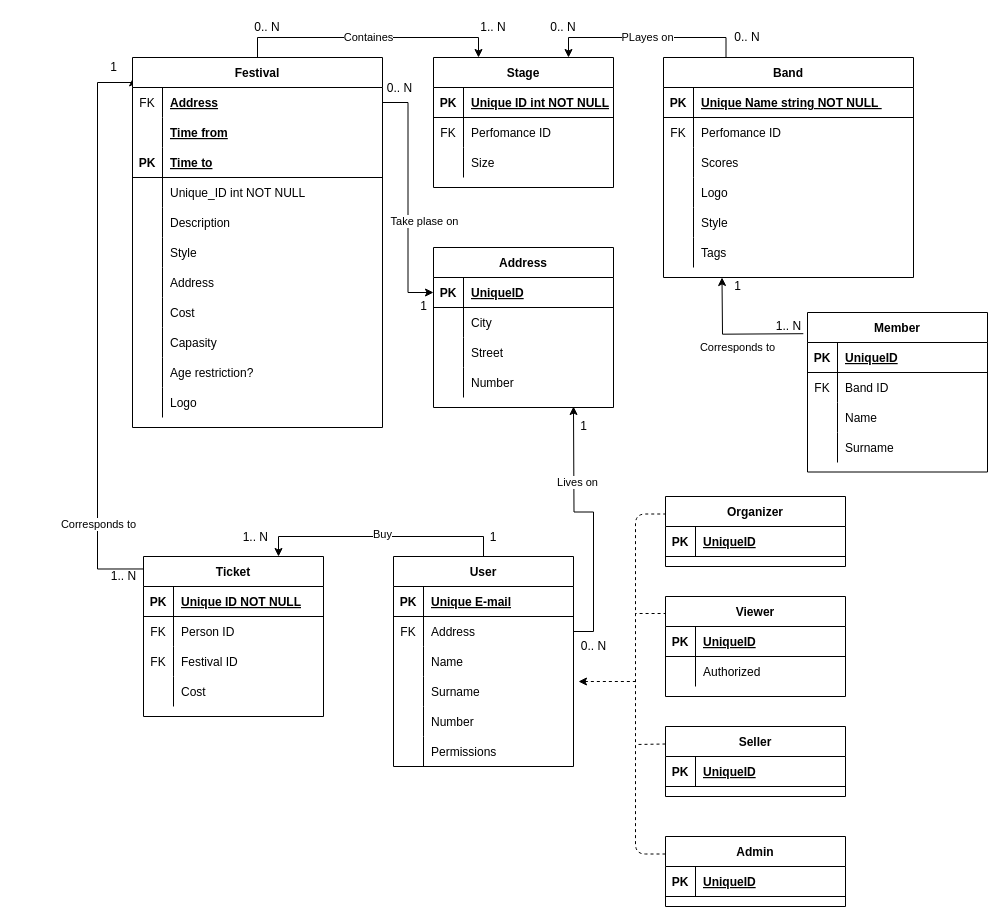
The draw.io diagram docs/diagrams/festival-is-ER.drawio in x00Pavel/festival-IS, before the edit. Source tidied: cells renumbered, new cells numbered last; positions are measured from the earlier drawing's top-left corner, leaving out a move shared by most shapes. Both pictures are drawn from the tidied source at 100%, with x=0, y=0 at pixel (97, 17).
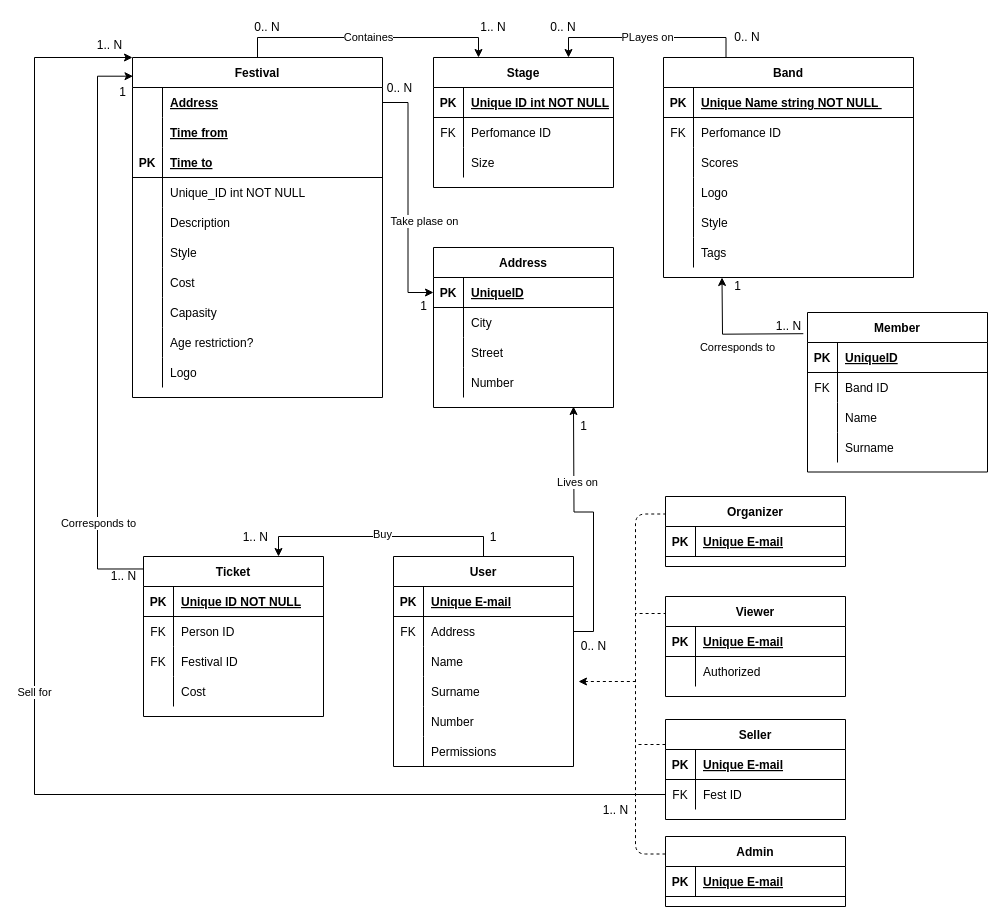
The same page after the edit.

Unchanged cells that the change refers to:
```xml
<mxCell id="50" style="shape=partialRectangle;fillColor=none;top=0;left=0;bottom=0;right=0;points=[[0,0.5],[1,0.5]];portConstraint=eastwest;" parent="49" vertex="1">
  <mxGeometry y="30" width="250" height="30" as="geometry" />
</mxCell>
<mxCell id="89" value="Ticket" style="shape=table;startSize=30;childLayout=tableLayout;rowLines=0;fontStyle=1;align=center;" parent="1" vertex="1">
  <mxGeometry x="46" y="539" width="180" height="160" as="geometry" />
</mxCell>
<mxCell id="135" style="shape=partialRectangle;fillColor=none;top=0;left=0;bottom=1;right=0;" parent="134" vertex="1">
  <mxGeometry y="30" width="180" height="30" as="geometry" />
</mxCell>
<mxCell id="139" style="shape=partialRectangle;fillColor=none;top=0;left=0;bottom=1;right=0;" parent="138" vertex="1">
  <mxGeometry y="30" width="180" height="30" as="geometry" />
</mxCell>
<mxCell id="159" style="shape=partialRectangle;fillColor=none;top=0;left=0;bottom=1;right=0;" parent="158" vertex="1">
  <mxGeometry y="30" width="180" height="30" as="geometry" />
</mxCell>
<mxCell id="163" style="shape=partialRectangle;fillColor=none;top=0;left=0;bottom=1;right=0;" parent="162" vertex="1">
  <mxGeometry y="30" width="180" height="30" as="geometry" />
</mxCell>
```

Change to the diagram source:
```diff
@@
     <mxCell id="4" style="edgeStyle=orthogonalEdgeStyle;rounded=0;jettySize=auto;html=1;exitX=0.004;exitY=0.078;exitDx=0;exitDy=0;entryX=0.002;entryY=0.055;entryDx=0;entryDy=0;entryPerimeter=0;exitPerimeter=0;" parent="1" edge="1" source="89" target="49">
       <mxGeometry relative="1" as="geometry">
         <Array as="points">
           <mxPoint y="552" />
-          <mxPoint y="65" />
+          <mxPoint y="59" />
         </Array>
       </mxGeometry>
     </mxCell>
@@
     <mxCell id="15" value="1&lt;br&gt;" style="text;html=1;align=center;verticalAlign=middle;" parent="1" vertex="1">
-      <mxGeometry x="6" y="40" width="20" height="20" as="geometry" />
+      <mxGeometry x="15" y="65" width="20" height="20" as="geometry" />
     </mxCell>
@@
     <mxCell id="49" value="Festival" style="shape=table;startSize=30;childLayout=tableLayout;rowLines=0;fontStyle=1;align=center;" parent="1" vertex="1">
-      <mxGeometry x="35" y="40" width="250" height="370" as="geometry" />
+      <mxGeometry x="35" y="40" width="250" height="340" as="geometry" />
     </mxCell>
@@
-    <mxCell id="51" value="FK" style="shape=partialRectangle;fillColor=none;top=0;left=0;bottom=0;right=0;overflow=hidden;" parent="50" vertex="1">
+    <mxCell id="51" style="shape=partialRectangle;fillColor=none;top=0;left=0;bottom=0;right=0;overflow=hidden;" parent="50" vertex="1">
       <mxGeometry width="30" height="30" as="geometry" />
     </mxCell>
@@
-    <mxCell id="68" style="shape=partialRectangle;fillColor=none;top=0;left=0;bottom=0;right=0;" parent="49" vertex="1">
-      <mxGeometry y="210" width="250" height="30" as="geometry" />
-    </mxCell>
-    <mxCell id="69" style="shape=partialRectangle;fillColor=none;top=0;left=0;bottom=0;right=0;overflow=hidden;" parent="68" vertex="1">
-      <mxGeometry width="30" height="30" as="geometry" />
-    </mxCell>
-    <mxCell id="70" value="Address" style="shape=partialRectangle;fillColor=none;top=0;left=0;bottom=0;right=0;align=left;spacingLeft=6;overflow=hidden;" parent="68" vertex="1">
-      <mxGeometry x="30" width="220" height="30" as="geometry" />
-    </mxCell>
     <mxCell id="71" style="shape=partialRectangle;fillColor=none;top=0;left=0;bottom=0;right=0;" parent="49" vertex="1">
-      <mxGeometry y="240" width="250" height="30" as="geometry" />
+      <mxGeometry y="210" width="250" height="30" as="geometry" />
     </mxCell>
@@
     <mxCell id="74" style="shape=partialRectangle;fillColor=none;top=0;left=0;bottom=0;right=0;" parent="49" vertex="1">
-      <mxGeometry y="270" width="250" height="30" as="geometry" />
+      <mxGeometry y="240" width="250" height="30" as="geometry" />
     </mxCell>
@@
     <mxCell id="77" style="shape=partialRectangle;fillColor=none;top=0;left=0;bottom=0;right=0;" parent="49" vertex="1">
-      <mxGeometry y="300" width="250" height="30" as="geometry" />
+      <mxGeometry y="270" width="250" height="30" as="geometry" />
     </mxCell>
@@
     <mxCell id="80" style="shape=partialRectangle;fillColor=none;top=0;left=0;bottom=0;right=0;" parent="49" vertex="1">
-      <mxGeometry y="330" width="250" height="30" as="geometry" />
+      <mxGeometry y="300" width="250" height="30" as="geometry" />
     </mxCell>
@@
-    <mxCell id="137" value="UniqueID" style="shape=partialRectangle;fillColor=none;top=0;left=0;bottom=0;right=0;align=left;spacingLeft=6;fontStyle=5;overflow=hidden;" parent="135" vertex="1">
+    <mxCell id="137" value="Unique E-mail" style="shape=partialRectangle;fillColor=none;top=0;left=0;bottom=0;right=0;align=left;spacingLeft=6;fontStyle=5;overflow=hidden;" parent="135" vertex="1">
       <mxGeometry x="30" width="150" height="30" as="geometry" />
     </mxCell>
@@
-    <mxCell id="141" value="UniqueID" style="shape=partialRectangle;fillColor=none;top=0;left=0;bottom=0;right=0;align=left;spacingLeft=6;fontStyle=5;overflow=hidden;" parent="139" vertex="1">
+    <mxCell id="141" value="Unique E-mail" style="shape=partialRectangle;fillColor=none;top=0;left=0;bottom=0;right=0;align=left;spacingLeft=6;fontStyle=5;overflow=hidden;" parent="139" vertex="1">
       <mxGeometry x="30" width="150" height="30" as="geometry" />
     </mxCell>
@@
-    <mxCell id="161" value="UniqueID" style="shape=partialRectangle;fillColor=none;top=0;left=0;bottom=0;right=0;align=left;spacingLeft=6;fontStyle=5;overflow=hidden;" parent="159" vertex="1">
+    <mxCell id="161" value="Unique E-mail" style="shape=partialRectangle;fillColor=none;top=0;left=0;bottom=0;right=0;align=left;spacingLeft=6;fontStyle=5;overflow=hidden;" parent="159" vertex="1">
       <mxGeometry x="30" width="150" height="30" as="geometry" />
     </mxCell>
     <mxCell id="162" value="Seller" style="shape=table;startSize=30;childLayout=tableLayout;rowLines=0;fontStyle=1;align=center;" parent="1" vertex="1">
-      <mxGeometry x="568" y="709" width="180" height="70" as="geometry" />
+      <mxGeometry x="568" y="702" width="180" height="100" as="geometry" />
     </mxCell>
@@
-    <mxCell id="165" value="UniqueID" style="shape=partialRectangle;fillColor=none;top=0;left=0;bottom=0;right=0;align=left;spacingLeft=6;fontStyle=5;overflow=hidden;" parent="163" vertex="1">
+    <mxCell id="165" value="Unique E-mail" style="shape=partialRectangle;fillColor=none;top=0;left=0;bottom=0;right=0;align=left;spacingLeft=6;fontStyle=5;overflow=hidden;" parent="163" vertex="1">
       <mxGeometry x="30" width="150" height="30" as="geometry" />
     </mxCell>
+    <mxCell id="171" style="shape=partialRectangle;fillColor=none;top=0;left=0;bottom=0;right=0;points=[[0,0.5],[1,0.5]];portConstraint=eastwest;" parent="162" vertex="1">
+      <mxGeometry y="60" width="180" height="30" as="geometry" />
+    </mxCell>
+    <mxCell id="172" value="FK" style="shape=partialRectangle;fillColor=none;top=0;left=0;bottom=0;right=0;fontStyle=0;overflow=hidden;" parent="171" vertex="1">
+      <mxGeometry width="30" height="30" as="geometry" />
+    </mxCell>
+    <mxCell id="173" value="Fest ID" style="shape=partialRectangle;fillColor=none;top=0;left=0;bottom=0;right=0;align=left;spacingLeft=6;fontStyle=0;overflow=hidden;" parent="171" vertex="1">
+      <mxGeometry x="30" width="150" height="30" as="geometry" />
+    </mxCell>
@@
+    <mxCell id="174" value="Sell for" style="edgeStyle=orthogonalEdgeStyle;rounded=0;jettySize=auto;html=1;exitX=0;exitY=0.5;exitDx=0;exitDy=0;entryX=0;entryY=0;entryDx=0;entryDy=0;" parent="1" edge="1" source="171" target="49">
+      <mxGeometry relative="1" as="geometry">
+        <Array as="points">
+          <mxPoint x="-63" y="777" />
+          <mxPoint x="-63" y="40" />
+        </Array>
+      </mxGeometry>
+    </mxCell>
+    <mxCell id="175" value="1.. N" style="text;html=1;align=center;verticalAlign=middle;" parent="1" vertex="1">
+      <mxGeometry x="-6" y="19" width="35" height="18" as="geometry" />
+    </mxCell>
+    <mxCell id="176" value="1.. N" style="text;html=1;align=center;verticalAlign=middle;" parent="1" vertex="1">
+      <mxGeometry x="500" y="784" width="35" height="18" as="geometry" />
+    </mxCell>
```
